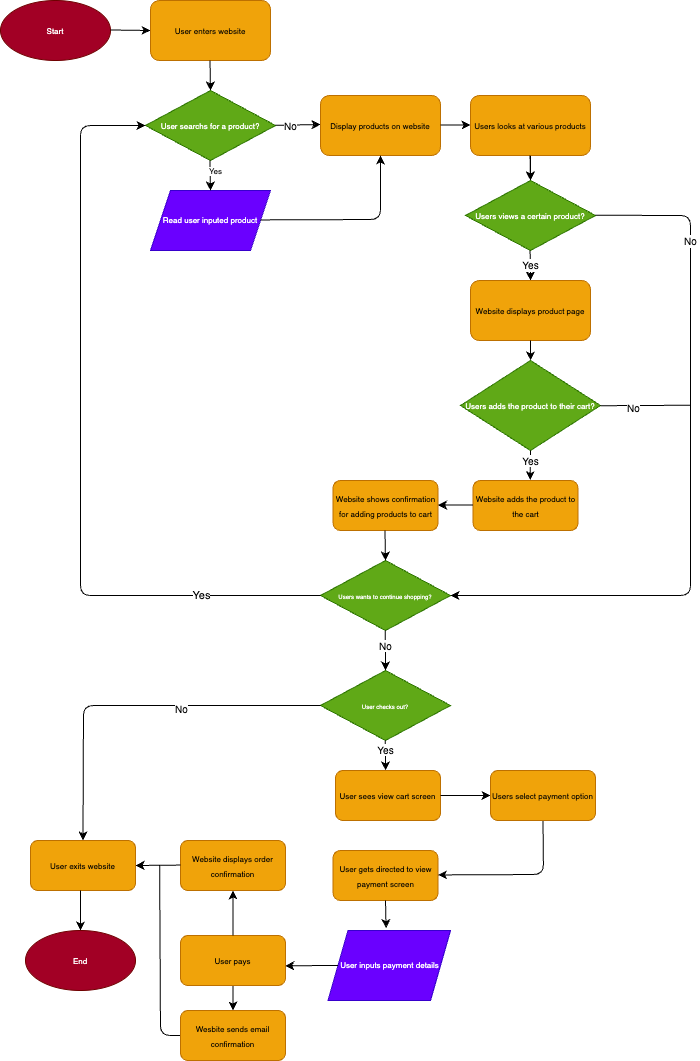
This is explore/diagramming/diagram.drawio.png from Ishxn20/sp24-cse110-lab4, a draw.io export, as it was before one commit. Source tidied: cells renumbered, new cells last; positions are measured from the earlier drawing's top-left corner, leaving out a move shared by most shapes.
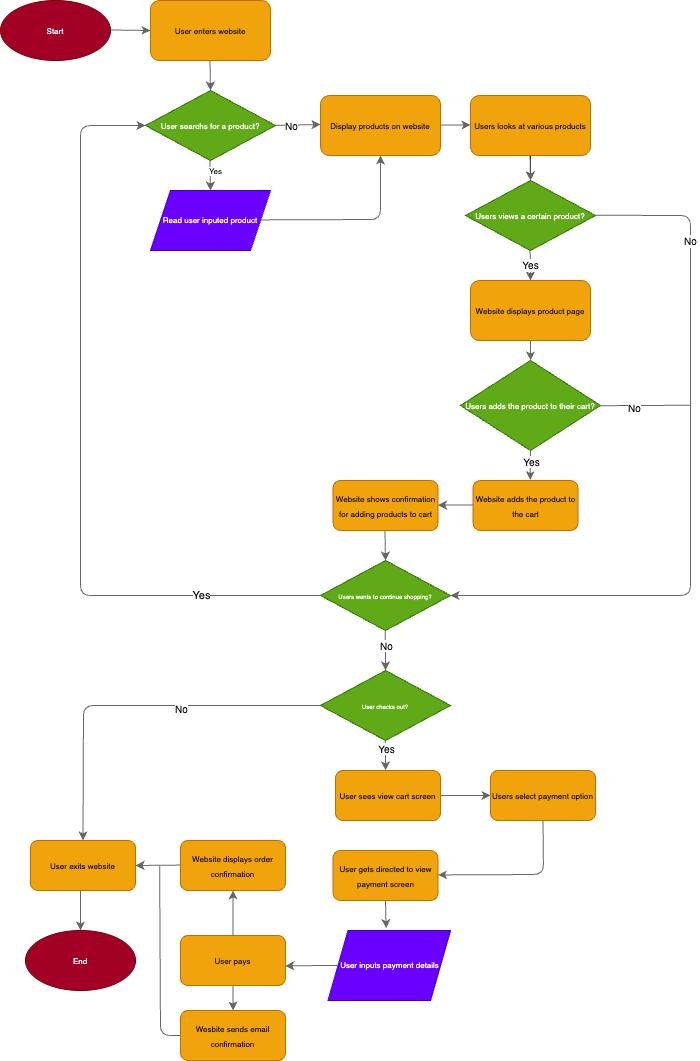
Later version of the same file.

The edit, as a diff of the source:
```diff
@@ -5,7 +5,7 @@
     <mxCell id="2" value="&lt;font style=&quot;font-size: 8px;&quot;&gt;Start&lt;/font&gt;" style="ellipse;whiteSpace=wrap;html=1;fillColor=#a20025;fontColor=#ffffff;strokeColor=#6F0000;" parent="1" vertex="1">
       <mxGeometry width="110" height="60" as="geometry" />
     </mxCell>
-    <mxCell id="3" style="edgeStyle=none;orthogonalLoop=1;jettySize=auto;html=1;" parent="1" edge="1">
+    <mxCell id="3" style="edgeStyle=none;orthogonalLoop=1;jettySize=auto;html=1;fillColor=#f5f5f5;strokeColor=#666666;" parent="1" edge="1">
       <mxGeometry relative="1" as="geometry">
         <mxPoint x="110" y="29.5" as="sourcePoint" />
         <mxPoint x="150" y="30" as="targetPoint" />
@@ -14,7 +14,7 @@
     <mxCell id="4" value="&lt;font style=&quot;font-size: 8px;&quot;&gt;User enters website&lt;/font&gt;" style="rounded=1;whiteSpace=wrap;html=1;fillColor=#f0a30a;fontColor=#000000;strokeColor=#BD7000;" parent="1" vertex="1">
       <mxGeometry x="150" width="120" height="60" as="geometry" />
     </mxCell>
-    <mxCell id="5" style="edgeStyle=none;orthogonalLoop=1;jettySize=auto;html=1;" parent="1" edge="1">
+    <mxCell id="5" style="edgeStyle=none;orthogonalLoop=1;jettySize=auto;html=1;fillColor=#f5f5f5;strokeColor=#666666;" parent="1" edge="1">
       <mxGeometry relative="1" as="geometry">
         <mxPoint x="209.5" y="60" as="sourcePoint" />
         <mxPoint x="210" y="90" as="targetPoint" />
@@ -26,7 +26,7 @@
     <mxCell id="7" value="Read user inputed product" style="shape=parallelogram;perimeter=parallelogramPerimeter;whiteSpace=wrap;html=1;fixedSize=1;fontSize=8;fillColor=#6a00ff;fontColor=#ffffff;strokeColor=#3700CC;" parent="1" vertex="1">
       <mxGeometry x="150" y="190" width="120" height="60" as="geometry" />
     </mxCell>
-    <mxCell id="8" style="edgeStyle=none;orthogonalLoop=1;jettySize=auto;html=1;" parent="1" edge="1">
+    <mxCell id="8" style="edgeStyle=none;orthogonalLoop=1;jettySize=auto;html=1;fillColor=#f5f5f5;strokeColor=#666666;" parent="1" edge="1">
       <mxGeometry relative="1" as="geometry">
         <mxPoint x="209.5" y="160" as="sourcePoint" />
         <mxPoint x="210" y="190" as="targetPoint" />
@@ -35,7 +35,7 @@
     <mxCell id="9" value="Yes" style="edgeLabel;html=1;align=center;verticalAlign=middle;fontSize=8;" parent="8" vertex="1">
       <mxGeometry x="-0.29" y="5" relative="1" as="geometry" />
     </mxCell>
-    <mxCell id="10" style="edgeStyle=none;orthogonalLoop=1;jettySize=auto;html=1;fontSize=8;" parent="1" edge="1">
+    <mxCell id="10" style="edgeStyle=none;orthogonalLoop=1;jettySize=auto;html=1;fontSize=8;fillColor=#f5f5f5;strokeColor=#666666;" parent="1" edge="1">
       <mxGeometry relative="1" as="geometry">
         <mxPoint x="275" y="124.8" as="sourcePoint" />
         <mxPoint x="320" y="124" as="targetPoint" />
@@ -49,7 +49,7 @@
     <mxCell id="12" value="&lt;span style=&quot;font-size: 8px;&quot;&gt;Display products on website&lt;/span&gt;" style="rounded=1;whiteSpace=wrap;html=1;fillColor=#f0a30a;fontColor=#000000;strokeColor=#BD7000;" parent="1" vertex="1">
       <mxGeometry x="320" y="95" width="120" height="60" as="geometry" />
     </mxCell>
-    <mxCell id="13" style="edgeStyle=none;jettySize=auto;html=1;fontSize=8;entryX=0.5;entryY=1;entryDx=0;entryDy=0;" parent="1" edge="1" target="12">
+    <mxCell id="13" style="edgeStyle=none;jettySize=auto;html=1;fontSize=8;entryX=0.5;entryY=1;entryDx=0;entryDy=0;fillColor=#f5f5f5;strokeColor=#666666;" parent="1" edge="1" target="12">
       <mxGeometry relative="1" as="geometry">
         <mxPoint x="260" y="219.4" as="sourcePoint" />
         <Array as="points">
@@ -63,13 +63,13 @@
     <mxCell id="15" value="&lt;span style=&quot;font-size: 8px;&quot;&gt;Users looks at various products&lt;/span&gt;" style="rounded=1;whiteSpace=wrap;html=1;fillColor=#f0a30a;fontColor=#000000;strokeColor=#BD7000;" parent="1" vertex="1">
       <mxGeometry x="470" y="95" width="120" height="60" as="geometry" />
     </mxCell>
-    <mxCell id="16" style="edgeStyle=none;orthogonalLoop=1;jettySize=auto;html=1;" parent="1" edge="1">
+    <mxCell id="16" style="edgeStyle=none;orthogonalLoop=1;jettySize=auto;html=1;fillColor=#f5f5f5;strokeColor=#666666;" parent="1" edge="1">
       <mxGeometry relative="1" as="geometry">
         <mxPoint x="440" y="124.5" as="sourcePoint" />
         <mxPoint x="470" y="124.5" as="targetPoint" />
       </mxGeometry>
     </mxCell>
-    <mxCell id="17" style="edgeStyle=none;jettySize=auto;html=1;entryX=0.5;entryY=0;entryDx=0;entryDy=0;" parent="1" edge="1" target="18">
+    <mxCell id="17" style="edgeStyle=none;jettySize=auto;html=1;entryX=0.5;entryY=0;entryDx=0;entryDy=0;fillColor=#f5f5f5;strokeColor=#666666;" parent="1" edge="1" target="18">
       <mxGeometry relative="1" as="geometry">
         <mxPoint x="529.5" y="155" as="sourcePoint" />
       </mxGeometry>
@@ -77,7 +77,7 @@
     <mxCell id="18" value="&lt;font style=&quot;font-size: 8px;&quot;&gt;Users views a certain product?&lt;/font&gt;" style="rhombus;whiteSpace=wrap;html=1;fillColor=#60a917;fontColor=#ffffff;strokeColor=#2D7600;" parent="1" vertex="1">
       <mxGeometry x="465" y="180" width="130" height="70" as="geometry" />
     </mxCell>
-    <mxCell id="19" value="&lt;font style=&quot;font-size: 10px;&quot;&gt;Yes&lt;/font&gt;" style="edgeStyle=none;jettySize=auto;html=1;entryX=0.5;entryY=0;entryDx=0;entryDy=0;" parent="1" edge="1" target="20">
+    <mxCell id="19" value="&lt;font style=&quot;font-size: 10px;&quot;&gt;Yes&lt;/font&gt;" style="edgeStyle=none;jettySize=auto;html=1;entryX=0.5;entryY=0;entryDx=0;entryDy=0;fillColor=#f5f5f5;strokeColor=#666666;" parent="1" edge="1" target="20">
       <mxGeometry x="-0.01" relative="1" as="geometry">
         <mxPoint x="529.6" y="250" as="sourcePoint" />
       </mxGeometry>
@@ -88,13 +88,13 @@
     <mxCell id="21" value="&lt;font style=&quot;font-size: 8px;&quot;&gt;Users adds the product to their cart?&lt;/font&gt;" style="rhombus;whiteSpace=wrap;html=1;fillColor=#60a917;fontColor=#ffffff;strokeColor=#2D7600;" parent="1" vertex="1">
       <mxGeometry x="460" y="360" width="140" height="90" as="geometry" />
     </mxCell>
-    <mxCell id="22" style="edgeStyle=none;orthogonalLoop=1;jettySize=auto;html=1;entryX=0.5;entryY=0;entryDx=0;entryDy=0;" parent="1" edge="1">
+    <mxCell id="22" style="edgeStyle=none;orthogonalLoop=1;jettySize=auto;html=1;entryX=0.5;entryY=0;entryDx=0;entryDy=0;fillColor=#f5f5f5;strokeColor=#666666;" parent="1" edge="1">
       <mxGeometry relative="1" as="geometry">
         <mxPoint x="530" y="340" as="sourcePoint" />
         <mxPoint x="530.1" y="360" as="targetPoint" />
       </mxGeometry>
     </mxCell>
-    <mxCell id="23" style="edgeStyle=none;jettySize=auto;html=1;exitX=0.5;exitY=1;exitDx=0;exitDy=0;entryX=0.545;entryY=-0.008;entryDx=0;entryDy=0;entryPerimeter=0;" parent="1" edge="1" source="21" target="25">
+    <mxCell id="23" style="edgeStyle=none;jettySize=auto;html=1;exitX=0.5;exitY=1;exitDx=0;exitDy=0;entryX=0.545;entryY=-0.008;entryDx=0;entryDy=0;entryPerimeter=0;fillColor=#f5f5f5;strokeColor=#666666;" parent="1" edge="1" source="21" target="25">
       <mxGeometry x="-1" y="-20" relative="1" as="geometry">
         <mxPoint x="14" y="-1" as="offset" />
       </mxGeometry>
@@ -107,7 +107,7 @@
     <mxCell id="25" value="&lt;span style=&quot;font-size: 8px;&quot;&gt;Website adds the product to the cart&lt;/span&gt;" style="rounded=1;whiteSpace=wrap;html=1;fillColor=#f0a30a;fontColor=#000000;strokeColor=#BD7000;" parent="1" vertex="1">
       <mxGeometry x="472.5" y="480" width="105" height="50" as="geometry" />
     </mxCell>
-    <mxCell id="26" style="edgeStyle=none;jettySize=auto;html=1;" parent="1" edge="1" target="27">
+    <mxCell id="26" style="edgeStyle=none;jettySize=auto;html=1;fillColor=#f5f5f5;strokeColor=#666666;" parent="1" edge="1" target="27">
       <mxGeometry relative="1" as="geometry">
         <mxPoint x="472.5" y="504.4" as="sourcePoint" />
       </mxGeometry>
@@ -118,12 +118,12 @@
     <mxCell id="28" value="&lt;font style=&quot;font-size: 6px;&quot;&gt;Users wants to continue shopping?&lt;/font&gt;" style="rhombus;whiteSpace=wrap;html=1;fillColor=#60a917;fontColor=#ffffff;strokeColor=#2D7600;" parent="1" vertex="1">
       <mxGeometry x="320" y="560" width="130" height="70" as="geometry" />
     </mxCell>
-    <mxCell id="29" style="edgeStyle=none;jettySize=auto;html=1;entryX=0.5;entryY=0;entryDx=0;entryDy=0;" parent="1" edge="1" target="28">
+    <mxCell id="29" style="edgeStyle=none;jettySize=auto;html=1;entryX=0.5;entryY=0;entryDx=0;entryDy=0;fillColor=#f5f5f5;strokeColor=#666666;" parent="1" edge="1" target="28">
       <mxGeometry relative="1" as="geometry">
         <mxPoint x="384.5" y="530" as="sourcePoint" />
       </mxGeometry>
     </mxCell>
-    <mxCell id="30" style="edgeStyle=none;jettySize=auto;html=1;fontSize=6;exitX=0;exitY=0.5;exitDx=0;exitDy=0;entryX=0;entryY=0.5;entryDx=0;entryDy=0;" parent="1" edge="1" source="28" target="6">
+    <mxCell id="30" style="edgeStyle=none;jettySize=auto;html=1;fontSize=6;exitX=0;exitY=0.5;exitDx=0;exitDy=0;entryX=0;entryY=0.5;entryDx=0;entryDy=0;fillColor=#f5f5f5;strokeColor=#666666;" parent="1" edge="1" source="28" target="6">
       <mxGeometry relative="1" as="geometry">
         <Array as="points">
           <mxPoint x="80" y="595" />
@@ -135,7 +135,7 @@
     <mxCell id="31" value="&lt;font style=&quot;font-size: 11px;&quot;&gt;Yes&lt;/font&gt;" style="edgeLabel;html=1;align=center;verticalAlign=middle;fontSize=6;" parent="30" vertex="1">
       <mxGeometry x="-0.69" y="-1" relative="1" as="geometry" />
     </mxCell>
-    <mxCell id="32" style="edgeStyle=none;jettySize=auto;html=1;fontSize=8;entryX=1;entryY=0.5;entryDx=0;entryDy=0;" parent="1" edge="1" target="28">
+    <mxCell id="32" style="edgeStyle=none;jettySize=auto;html=1;fontSize=8;entryX=1;entryY=0.5;entryDx=0;entryDy=0;fillColor=#f5f5f5;strokeColor=#666666;" parent="1" edge="1" target="28">
       <mxGeometry relative="1" as="geometry">
         <mxPoint x="595" y="214.8" as="sourcePoint" />
         <Array as="points">
@@ -147,7 +147,7 @@
     <mxCell id="33" value="&lt;font style=&quot;font-size: 10px;&quot;&gt;No&lt;/font&gt;" style="edgeLabel;html=1;align=center;verticalAlign=middle;fontSize=8;" parent="32" vertex="1">
       <mxGeometry x="-0.67" y="-1" relative="1" as="geometry" />
     </mxCell>
-    <mxCell id="34" style="edgeStyle=none;orthogonalLoop=1;jettySize=auto;html=1;fontSize=10;strokeColor=default;endArrow=none;endFill=0;" parent="1" edge="1">
+    <mxCell id="34" style="edgeStyle=none;orthogonalLoop=1;jettySize=auto;html=1;fontSize=10;strokeColor=#666666;endArrow=none;endFill=0;fillColor=#f5f5f5;" parent="1" edge="1">
       <mxGeometry relative="1" as="geometry">
         <mxPoint x="600" y="405.2" as="sourcePoint" />
         <mxPoint x="690" y="404.7" as="targetPoint" />
@@ -158,7 +158,7 @@
         <mxPoint x="1" as="offset" />
       </mxGeometry>
     </mxCell>
-    <mxCell id="36" style="edgeStyle=none;orthogonalLoop=1;jettySize=auto;html=1;strokeColor=default;fontSize=10;endArrow=classic;endFill=1;" parent="1" edge="1">
+    <mxCell id="36" style="edgeStyle=none;orthogonalLoop=1;jettySize=auto;html=1;strokeColor=#666666;fontSize=10;endArrow=classic;endFill=1;fillColor=#f5f5f5;" parent="1" edge="1">
       <mxGeometry relative="1" as="geometry">
         <mxPoint x="384.7" y="630" as="sourcePoint" />
         <mxPoint x="385" y="670" as="targetPoint" />
@@ -170,7 +170,7 @@
     <mxCell id="38" value="&lt;font style=&quot;font-size: 6px;&quot;&gt;User checks out?&lt;/font&gt;" style="rhombus;whiteSpace=wrap;html=1;fillColor=#60a917;fontColor=#ffffff;strokeColor=#2D7600;" parent="1" vertex="1">
       <mxGeometry x="320" y="670" width="130" height="70" as="geometry" />
     </mxCell>
-    <mxCell id="39" style="edgeStyle=none;orthogonalLoop=1;jettySize=auto;html=1;entryX=0.5;entryY=0;entryDx=0;entryDy=0;" parent="1" edge="1">
+    <mxCell id="39" style="edgeStyle=none;orthogonalLoop=1;jettySize=auto;html=1;entryX=0.5;entryY=0;entryDx=0;entryDy=0;fillColor=#f5f5f5;strokeColor=#666666;" parent="1" edge="1">
       <mxGeometry relative="1" as="geometry">
         <mxPoint x="384.6" y="740" as="sourcePoint" />
         <mxPoint x="385.1" y="770" as="targetPoint" />
@@ -182,7 +182,7 @@
     <mxCell id="41" value="&lt;span style=&quot;font-size: 8px;&quot;&gt;User sees view cart screen&lt;/span&gt;" style="rounded=1;whiteSpace=wrap;html=1;fillColor=#f0a30a;fontColor=#000000;strokeColor=#BD7000;" parent="1" vertex="1">
       <mxGeometry x="335" y="770" width="105" height="50" as="geometry" />
     </mxCell>
-    <mxCell id="42" style="edgeStyle=none;jettySize=auto;html=1;exitX=0.5;exitY=1;exitDx=0;exitDy=0;" parent="1" edge="1" source="59">
+    <mxCell id="42" style="edgeStyle=none;jettySize=auto;html=1;exitX=0.5;exitY=1;exitDx=0;exitDy=0;fillColor=#f5f5f5;strokeColor=#666666;" parent="1" edge="1" source="59">
       <mxGeometry relative="1" as="geometry">
         <mxPoint x="437.5" y="874.4" as="targetPoint" />
         <Array as="points">
@@ -196,22 +196,22 @@
     <mxCell id="44" value="&lt;font style=&quot;font-size: 8px;&quot;&gt;User inputs payment details&lt;/font&gt;" style="shape=parallelogram;perimeter=parallelogramPerimeter;whiteSpace=wrap;html=1;fixedSize=1;fontSize=8;fillColor=#6a00ff;fontColor=#ffffff;strokeColor=#3700CC;" parent="1" vertex="1">
       <mxGeometry x="327.5" y="930" width="122.5" height="70" as="geometry" />
     </mxCell>
-    <mxCell id="45" style="edgeStyle=none;jettySize=auto;html=1;strokeColor=default;fontSize=10;endArrow=classic;endFill=1;exitX=0;exitY=0.5;exitDx=0;exitDy=0;entryX=0.997;entryY=0.605;entryDx=0;entryDy=0;entryPerimeter=0;" parent="1" edge="1" source="44" target="47">
+    <mxCell id="45" style="edgeStyle=none;jettySize=auto;html=1;strokeColor=#666666;fontSize=10;endArrow=classic;endFill=1;exitX=0;exitY=0.5;exitDx=0;exitDy=0;entryX=0.997;entryY=0.605;entryDx=0;entryDy=0;entryPerimeter=0;fillColor=#f5f5f5;" parent="1" edge="1" source="44" target="47">
       <mxGeometry relative="1" as="geometry" />
     </mxCell>
-    <mxCell id="46" style="edgeStyle=none;html=1;exitX=0.5;exitY=1;exitDx=0;exitDy=0;entryX=0.5;entryY=0;entryDx=0;entryDy=0;strokeColor=default;fontSize=10;endArrow=classic;endFill=1;" parent="1" edge="1" source="47" target="57">
+    <mxCell id="46" style="edgeStyle=none;html=1;exitX=0.5;exitY=1;exitDx=0;exitDy=0;entryX=0.5;entryY=0;entryDx=0;entryDy=0;strokeColor=#666666;fontSize=10;endArrow=classic;endFill=1;fillColor=#f5f5f5;" parent="1" edge="1" source="47" target="57">
       <mxGeometry relative="1" as="geometry" />
     </mxCell>
     <mxCell id="47" value="&lt;span style=&quot;font-size: 8px;&quot;&gt;User pays&lt;/span&gt;" style="rounded=1;whiteSpace=wrap;html=1;fillColor=#f0a30a;fontColor=#000000;strokeColor=#BD7000;" parent="1" vertex="1">
       <mxGeometry x="180" y="935" width="105" height="50" as="geometry" />
     </mxCell>
-    <mxCell id="48" style="edgeStyle=none;jettySize=auto;html=1;strokeColor=default;fontSize=10;endArrow=classic;endFill=1;entryX=0.5;entryY=1;entryDx=0;entryDy=0;exitX=0.5;exitY=0;exitDx=0;exitDy=0;" parent="1" edge="1" source="47" target="49">
+    <mxCell id="48" style="edgeStyle=none;jettySize=auto;html=1;strokeColor=#666666;fontSize=10;endArrow=classic;endFill=1;entryX=0.5;entryY=1;entryDx=0;entryDy=0;exitX=0.5;exitY=0;exitDx=0;exitDy=0;fillColor=#f5f5f5;" parent="1" edge="1" source="47" target="49">
       <mxGeometry relative="1" as="geometry" />
     </mxCell>
     <mxCell id="49" value="&lt;span style=&quot;font-size: 8px;&quot;&gt;Website displays order confirmation&lt;/span&gt;" style="rounded=1;whiteSpace=wrap;html=1;fillColor=#f0a30a;fontColor=#000000;strokeColor=#BD7000;" parent="1" vertex="1">
       <mxGeometry x="180" y="840" width="105" height="50" as="geometry" />
     </mxCell>
-    <mxCell id="50" style="edgeStyle=none;jettySize=auto;html=1;strokeColor=default;fontSize=10;endArrow=classic;endFill=1;entryX=1;entryY=0.5;entryDx=0;entryDy=0;" parent="1" edge="1" target="51">
+    <mxCell id="50" style="edgeStyle=none;jettySize=auto;html=1;strokeColor=#666666;fontSize=10;endArrow=classic;endFill=1;entryX=1;entryY=0.5;entryDx=0;entryDy=0;fillColor=#f5f5f5;" parent="1" edge="1" target="51">
       <mxGeometry relative="1" as="geometry">
         <mxPoint x="180" y="864.6" as="sourcePoint" />
       </mxGeometry>
@@ -219,7 +219,7 @@
     <mxCell id="51" value="&lt;span style=&quot;font-size: 8px;&quot;&gt;User exits website&lt;/span&gt;" style="rounded=1;whiteSpace=wrap;html=1;fillColor=#f0a30a;fontColor=#000000;strokeColor=#BD7000;" parent="1" vertex="1">
       <mxGeometry x="30" y="840" width="105" height="50" as="geometry" />
     </mxCell>
-    <mxCell id="52" style="edgeStyle=none;orthogonalLoop=1;jettySize=auto;html=1;strokeColor=default;fontSize=10;endArrow=classic;endFill=1;" parent="1" edge="1">
+    <mxCell id="52" style="edgeStyle=none;orthogonalLoop=1;jettySize=auto;html=1;strokeColor=#666666;fontSize=10;endArrow=classic;endFill=1;fillColor=#f5f5f5;" parent="1" edge="1">
       <mxGeometry relative="1" as="geometry">
         <mxPoint x="80" y="890" as="sourcePoint" />
         <mxPoint x="80" y="930" as="targetPoint" />
@@ -228,7 +228,7 @@
     <mxCell id="53" value="&lt;font style=&quot;font-size: 8px;&quot;&gt;End&lt;/font&gt;" style="ellipse;whiteSpace=wrap;html=1;fillColor=#a20025;fontColor=#ffffff;strokeColor=#6F0000;" parent="1" vertex="1">
       <mxGeometry x="25" y="930" width="110" height="60" as="geometry" />
     </mxCell>
-    <mxCell id="54" style="edgeStyle=none;jettySize=auto;html=1;strokeColor=default;fontSize=10;endArrow=classic;endFill=1;exitX=0;exitY=0.5;exitDx=0;exitDy=0;entryX=0.5;entryY=0;entryDx=0;entryDy=0;" parent="1" edge="1" source="38" target="51">
+    <mxCell id="54" style="edgeStyle=none;jettySize=auto;html=1;strokeColor=#666666;fontSize=10;endArrow=classic;endFill=1;exitX=0;exitY=0.5;exitDx=0;exitDy=0;entryX=0.5;entryY=0;entryDx=0;entryDy=0;fillColor=#f5f5f5;" parent="1" edge="1" source="38" target="51">
       <mxGeometry relative="1" as="geometry">
         <Array as="points">
           <mxPoint x="83" y="705" />
@@ -238,7 +238,7 @@
     <mxCell id="55" value="No" style="edgeLabel;html=1;align=center;verticalAlign=middle;fontSize=10;" parent="54" vertex="1">
       <mxGeometry x="-0.25" y="2" relative="1" as="geometry" />
     </mxCell>
-    <mxCell id="56" style="edgeStyle=none;html=1;exitX=0;exitY=0.5;exitDx=0;exitDy=0;strokeColor=default;fontSize=10;endArrow=none;endFill=0;entryX=0.537;entryY=0.566;entryDx=0;entryDy=0;entryPerimeter=0;" parent="1" edge="1" source="57" target="50">
+    <mxCell id="56" style="edgeStyle=none;html=1;exitX=0;exitY=0.5;exitDx=0;exitDy=0;strokeColor=#666666;fontSize=10;endArrow=none;endFill=0;entryX=0.537;entryY=0.566;entryDx=0;entryDy=0;entryPerimeter=0;fillColor=#f5f5f5;" parent="1" edge="1" source="57" target="50">
       <mxGeometry relative="1" as="geometry">
         <Array as="points">
           <mxPoint x="160" y="1035" />
@@ -248,7 +248,7 @@
     <mxCell id="57" value="&lt;span style=&quot;font-size: 8px;&quot;&gt;Wesbite sends email confirmation&lt;/span&gt;" style="rounded=1;whiteSpace=wrap;html=1;fillColor=#f0a30a;fontColor=#000000;strokeColor=#BD7000;" parent="1" vertex="1">
       <mxGeometry x="180" y="1010" width="105" height="50" as="geometry" />
     </mxCell>
-    <mxCell id="58" style="edgeStyle=none;jettySize=auto;html=1;exitX=1;exitY=0.5;exitDx=0;exitDy=0;" parent="1" edge="1" source="41">
+    <mxCell id="58" style="edgeStyle=none;jettySize=auto;html=1;exitX=1;exitY=0.5;exitDx=0;exitDy=0;fillColor=#f5f5f5;strokeColor=#666666;" parent="1" edge="1" source="41">
       <mxGeometry relative="1" as="geometry">
         <mxPoint x="490" y="795" as="targetPoint" />
       </mxGeometry>
@@ -256,7 +256,7 @@
     <mxCell id="59" value="&lt;span style=&quot;font-size: 8px;&quot;&gt;Users select payment option&lt;/span&gt;" style="rounded=1;whiteSpace=wrap;html=1;fillColor=#f0a30a;fontColor=#000000;strokeColor=#BD7000;" parent="1" vertex="1">
       <mxGeometry x="490" y="770" width="105" height="50" as="geometry" />
     </mxCell>
-    <mxCell id="60" style="edgeStyle=none;jettySize=auto;html=1;strokeColor=default;fontSize=8;fontColor=none;endArrow=classic;endFill=1;exitX=0.5;exitY=1;exitDx=0;exitDy=0;entryX=0.474;entryY=-0.033;entryDx=0;entryDy=0;entryPerimeter=0;" parent="1" edge="1" source="43" target="44">
+    <mxCell id="60" style="edgeStyle=none;jettySize=auto;html=1;strokeColor=#666666;fontSize=8;fontColor=none;endArrow=classic;endFill=1;exitX=0.5;exitY=1;exitDx=0;exitDy=0;entryX=0.474;entryY=-0.033;entryDx=0;entryDy=0;entryPerimeter=0;fillColor=#f5f5f5;" parent="1" edge="1" source="43" target="44">
       <mxGeometry relative="1" as="geometry" />
     </mxCell>
   </root>
```
